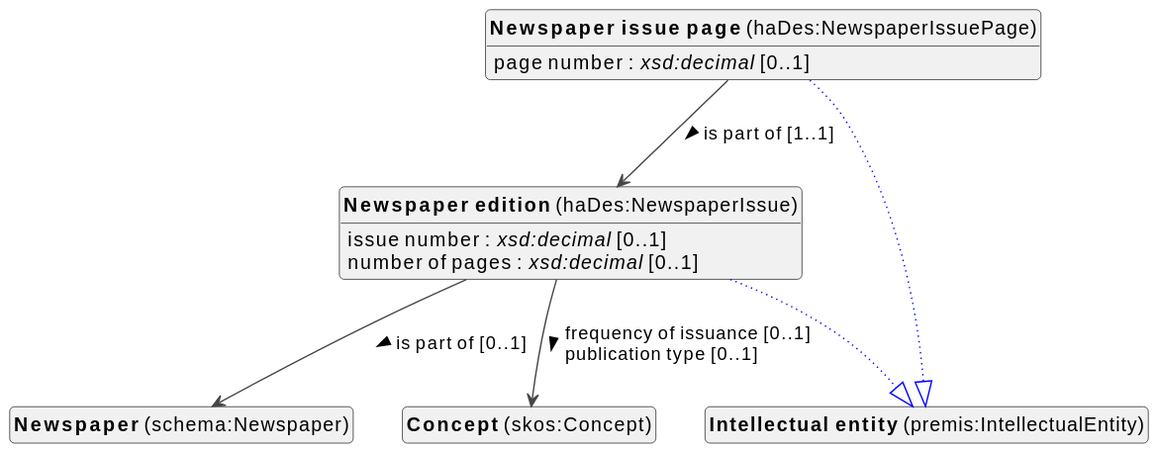
viaacode/documentation-jekyll keeps this PlantUML diagram as docs/metadata/knowledge-graph/0.0.1/bibliographic/en/bibliographic-diagram.svg. Above is the earlier version.
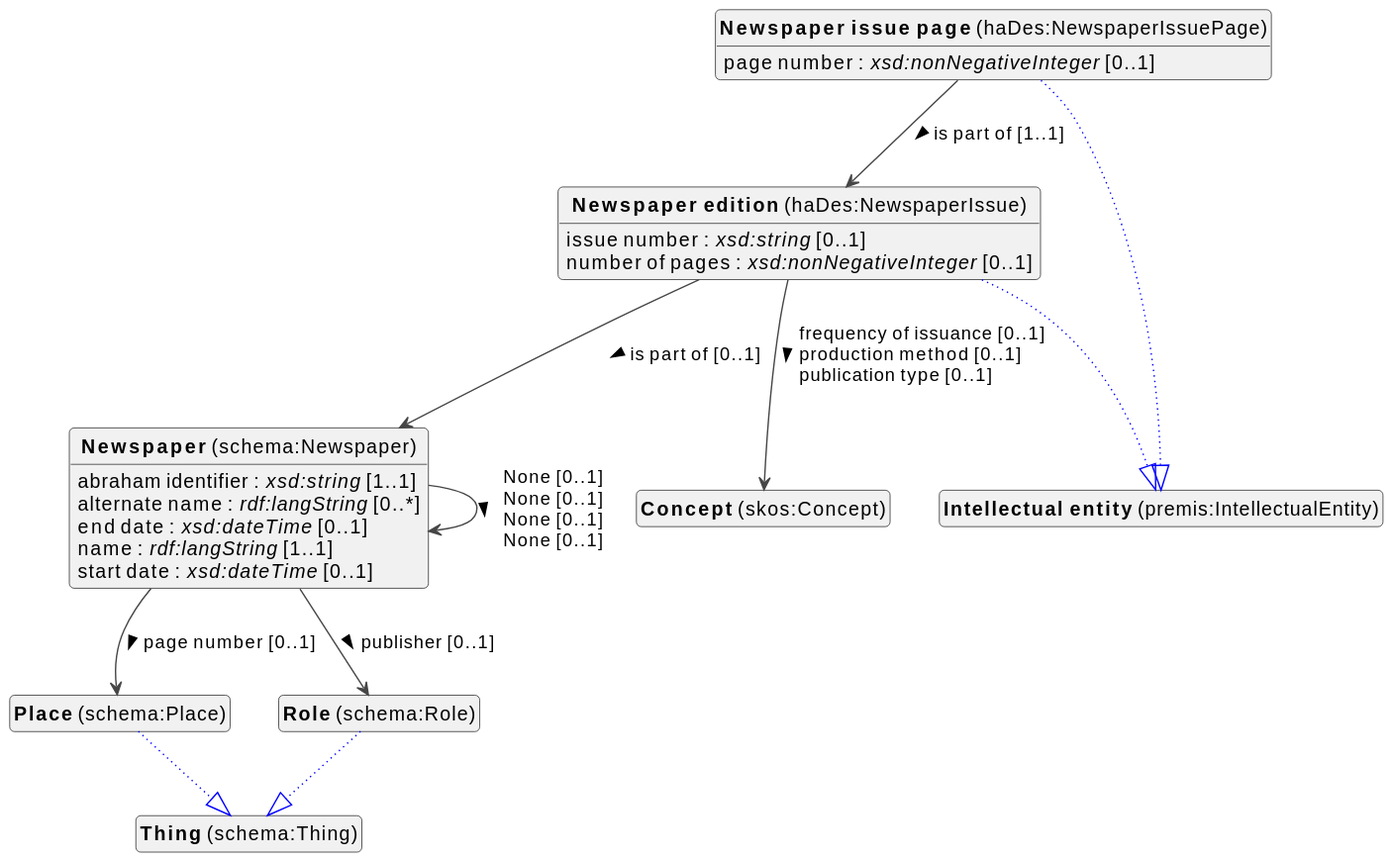
The same file after the commit.

The edit, as a diff of the source:
```diff
@@ -16,6 +16,21 @@
 class "<b>Intellectual entity</b> (premis:IntellectualEntity)" as premis_IntellectualEntity [[#premis%3AIntellectualEntity]]
 class "<b>Newspaper issue page</b> (haDes:NewspaperIssuePage)" as haDes_NewspaperIssuePage [[#haDes%3ANewspaperIssuePage]]
 class "<b>Intellectual entity</b> (premis:IntellectualEntity)" as premis_IntellectualEntity [[#premis%3AIntellectualEntity]]
+class "<b>Place</b> (schema:Place)" as schema_Place [[../../description/en#schema%3APlace]]
+class "<b>Thing</b> (schema:Thing)" as schema_Thing [[#schema%3AThing]]
+class "<b>Role</b> (schema:Role)" as schema_Role [[../../description/en#schema%3ARole]]
+class "<b>Thing</b> (schema:Thing)" as schema_Thing [[#schema%3AThing]]
+
+
+schema_Newspaper : abraham identifier : <i>xsd:string</i> [1..1]
+schema_Newspaper : alternate name : <i>rdf:langString</i> [0..*]
+schema_Newspaper : end date : <i>xsd:dateTime</i> [0..1]
+schema_Newspaper : name : <i>rdf:langString</i> [1..1]
+schema_Newspaper : start date : <i>xsd:dateTime</i> [0..1]
+
+schema_Newspaper --> schema_Newspaper :None [0..1]  \lNone [0..1]  \lNone [0..1]  \lNone [0..1]  >
+schema_Newspaper --> schema_Place :page number [0..1]  >
+schema_Newspaper --> schema_Role :publisher [0..1]  >
 
 
 
@@ -23,16 +38,23 @@
 
 haDes_NewspaperIssue --|> premis_IntellectualEntity #blue;line.dotted;text:blue
 
-haDes_NewspaperIssue : issue number : <i>xsd:decimal</i> [0..1]
-haDes_NewspaperIssue : number of pages : <i>xsd:decimal</i> [0..1]
+haDes_NewspaperIssue : issue number : <i>xsd:string</i> [0..1]
+haDes_NewspaperIssue : number of pages : <i>xsd:nonNegativeInteger</i> [0..1]
 haDes_NewspaperIssue --> schema_Newspaper :is part of [0..1]  >
-haDes_NewspaperIssue --> skos_Concept :frequency of issuance [0..1]  \lpublication type [0..1]  >
+haDes_NewspaperIssue --> skos_Concept :frequency of issuance [0..1]  \lproduction method [0..1]  \lpublication type [0..1]  >
+
 
 
 haDes_NewspaperIssuePage --|> premis_IntellectualEntity #blue;line.dotted;text:blue
 
-haDes_NewspaperIssuePage : page number : <i>xsd:decimal</i> [0..1]
+haDes_NewspaperIssuePage : page number : <i>xsd:nonNegativeInteger</i> [0..1]
 haDes_NewspaperIssuePage --> haDes_NewspaperIssue :is part of [1..1]  >
+
+
+schema_Place --|> schema_Thing #blue;line.dotted;text:blue
+
+
+schema_Role --|> schema_Thing #blue;line.dotted;text:blue
 
 
 
```
